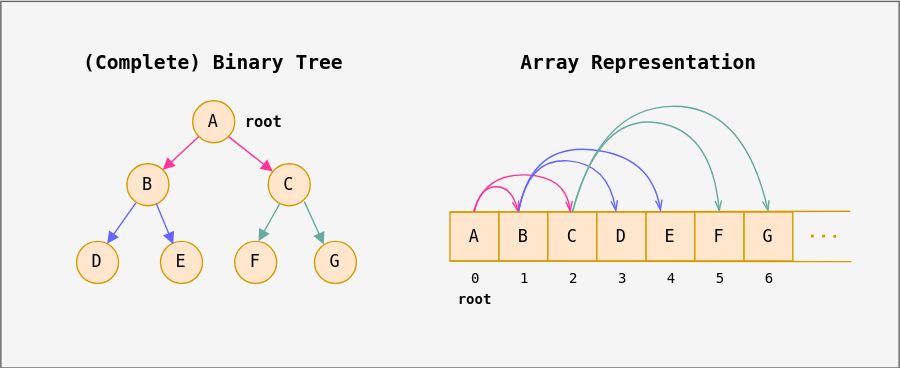
Before: public/diagrams/binary-tree-array-representation.svg, a diagram exported from draw.io (datkumar/code-journal). Source tidied: cells renumbered, new cells last; positions are measured from the earlier drawing's top-left corner, leaving out a move shared by most shapes. Source of this version:
```xml
<mxGraphModel>
  <root>
    <mxCell id="0" />
    <mxCell id="1" parent="0" />
    <mxCell id="2" style="rounded=0;whiteSpace=wrap;html=1;fillColor=#f5f5f5;fontColor=light-dark(#000000,#000000);strokeColor=#666666;fontFamily=monospace;" parent="1" vertex="1">
      <mxGeometry y="0.5" width="642" height="262" as="geometry" />
    </mxCell>
    <mxCell id="3" value="A" style="ellipse;whiteSpace=wrap;html=1;fillColor=#ffe6cc;strokeColor=#d79b00;fontFamily=monospace;fontColor=light-dark(#000000,#000000);" parent="1" vertex="1">
      <mxGeometry x="137.1" y="71.5" width="30" height="30" as="geometry" />
    </mxCell>
    <mxCell id="4" value="B" style="ellipse;whiteSpace=wrap;html=1;fillColor=#ffe6cc;strokeColor=#d79b00;fontFamily=monospace;fontColor=light-dark(#000000,#000000);" parent="1" vertex="1">
      <mxGeometry x="90.1" y="116.5" width="30" height="30" as="geometry" />
    </mxCell>
    <mxCell id="5" value="D" style="ellipse;whiteSpace=wrap;html=1;fillColor=#ffe6cc;strokeColor=#d79b00;fontFamily=monospace;fontColor=light-dark(#000000,#000000);" parent="1" vertex="1">
      <mxGeometry x="54.1" y="172" width="30" height="30" as="geometry" />
    </mxCell>
    <mxCell id="6" style="endArrow=block;html=1;rounded=0;exitX=0;exitY=1;exitDx=0;exitDy=0;entryX=1;entryY=0;entryDx=0;entryDy=0;endFill=1;strokeColor=light-dark(#FF3399,#FF3399);startFill=0;fontFamily=monospace;fontColor=light-dark(#000000,#000000);" parent="1" edge="1" source="3" target="4">
      <mxGeometry relative="1" as="geometry" />
    </mxCell>
    <mxCell id="7" style="endArrow=block;html=1;rounded=0;exitX=0.212;exitY=0.931;exitDx=0;exitDy=0;entryX=0.728;entryY=0.056;entryDx=0;entryDy=0;entryPerimeter=0;endFill=1;strokeColor=light-dark(#6666FF,#6666FF);startFill=0;exitPerimeter=0;fontFamily=monospace;fontColor=light-dark(#000000,#000000);" parent="1" edge="1" source="4" target="5">
      <mxGeometry relative="1" as="geometry" />
    </mxCell>
    <mxCell id="8" value="root" style="text;html=1;align=center;verticalAlign=middle;whiteSpace=wrap;rounded=0;fontFamily=monospace;fontSize=11;fontStyle=1;fontColor=light-dark(#000000,#000000);" parent="1" vertex="1">
      <mxGeometry x="172.1" y="77" width="32" height="19" as="geometry" />
    </mxCell>
    <mxCell id="9" value="C" style="ellipse;whiteSpace=wrap;html=1;fillColor=#ffe6cc;strokeColor=#d79b00;fontFamily=monospace;fontColor=light-dark(#000000,#000000);" parent="1" vertex="1">
      <mxGeometry x="191.1" y="116.5" width="30" height="30" as="geometry" />
    </mxCell>
    <mxCell id="10" style="endArrow=block;html=1;rounded=0;exitX=1;exitY=1;exitDx=0;exitDy=0;endFill=1;strokeColor=light-dark(#FF3399,#FF3399);startFill=0;fontFamily=monospace;fontColor=light-dark(#000000,#000000);" parent="1" edge="1" source="3" target="9">
      <mxGeometry relative="1" as="geometry" />
    </mxCell>
    <mxCell id="11" value="E" style="ellipse;whiteSpace=wrap;html=1;fillColor=#ffe6cc;strokeColor=#d79b00;fontFamily=monospace;fontColor=light-dark(#000000,#000000);" parent="1" vertex="1">
      <mxGeometry x="114.1" y="172" width="30" height="30" as="geometry" />
    </mxCell>
    <mxCell id="12" style="endArrow=block;html=1;rounded=0;exitX=0.698;exitY=0.95;exitDx=0;exitDy=0;endFill=1;strokeColor=light-dark(#6666FF,#6666FF);startFill=0;fontFamily=monospace;fontColor=light-dark(#000000,#000000);entryX=0.302;entryY=0.067;entryDx=0;entryDy=0;entryPerimeter=0;exitPerimeter=0;" parent="1" edge="1" source="4" target="11">
      <mxGeometry relative="1" as="geometry" />
    </mxCell>
    <mxCell id="13" value="F" style="ellipse;whiteSpace=wrap;html=1;fillColor=#ffe6cc;strokeColor=#d79b00;fontFamily=monospace;fontColor=light-dark(#000000,#000000);" parent="1" vertex="1">
      <mxGeometry x="167.1" y="172" width="30" height="30" as="geometry" />
    </mxCell>
    <mxCell id="14" value="G" style="ellipse;whiteSpace=wrap;html=1;fillColor=#ffe6cc;strokeColor=#d79b00;fontFamily=monospace;fontColor=light-dark(#000000,#000000);" parent="1" vertex="1">
      <mxGeometry x="224.1" y="172" width="30" height="30" as="geometry" />
    </mxCell>
    <mxCell id="15" style="endArrow=block;html=1;rounded=0;exitX=0.274;exitY=0.952;exitDx=0;exitDy=0;entryX=0.567;entryY=0;entryDx=0;entryDy=0;entryPerimeter=0;endFill=1;strokeColor=light-dark(#67AB9F,#67AB9F);startFill=0;exitPerimeter=0;fontFamily=monospace;fontColor=light-dark(#000000,#000000);" parent="1" edge="1" source="9" target="13">
      <mxGeometry relative="1" as="geometry" />
    </mxCell>
    <mxCell id="16" style="endArrow=block;html=1;rounded=0;exitX=0.858;exitY=0.904;exitDx=0;exitDy=0;endFill=1;strokeColor=light-dark(#67AB9F,#67AB9F);startFill=0;fontFamily=monospace;fontColor=light-dark(#000000,#000000);entryX=0.225;entryY=0.072;entryDx=0;entryDy=0;entryPerimeter=0;exitPerimeter=0;" parent="1" edge="1" source="9" target="14">
      <mxGeometry relative="1" as="geometry" />
    </mxCell>
    <mxCell id="17" value="(Complete) Binary Tree" style="text;html=1;align=center;verticalAlign=middle;whiteSpace=wrap;rounded=0;fontFamily=monospace;fontSize=14;fontStyle=1;fontColor=light-dark(#000000,#000000);" parent="1" vertex="1">
      <mxGeometry x="42" y="29" width="220.2" height="30" as="geometry" />
    </mxCell>
    <mxCell id="18" value="A" style="whiteSpace=wrap;html=1;fontFamily=monospace;fillColor=#ffe6cc;strokeColor=#d79b00;fontColor=light-dark(#000000,#000000);" parent="1" vertex="1">
      <mxGeometry x="321" y="151" width="35" height="35" as="geometry" />
    </mxCell>
    <mxCell id="19" value="B" style="whiteSpace=wrap;html=1;fontFamily=monospace;fillColor=#ffe6cc;strokeColor=#d79b00;fontColor=light-dark(#000000,#000000);" parent="1" vertex="1">
      <mxGeometry x="356" y="151" width="35" height="35" as="geometry" />
    </mxCell>
    <mxCell id="20" value="G" style="whiteSpace=wrap;html=1;fontFamily=monospace;fillColor=#ffe6cc;strokeColor=#d79b00;fontColor=light-dark(#000000,#000000);" parent="1" vertex="1">
      <mxGeometry x="531" y="151" width="35" height="35" as="geometry" />
    </mxCell>
    <mxCell id="21" value="E" style="whiteSpace=wrap;html=1;fontFamily=monospace;fillColor=#ffe6cc;strokeColor=#d79b00;fontColor=light-dark(#000000,#000000);" parent="1" vertex="1">
      <mxGeometry x="461" y="151" width="35" height="35" as="geometry" />
    </mxCell>
    <mxCell id="22" value="C" style="whiteSpace=wrap;html=1;fontFamily=monospace;fillColor=#ffe6cc;strokeColor=#d79b00;fontColor=light-dark(#000000,#000000);" parent="1" vertex="1">
      <mxGeometry x="391" y="151" width="35" height="35" as="geometry" />
    </mxCell>
    <mxCell id="23" value="D" style="whiteSpace=wrap;html=1;fontFamily=monospace;fillColor=#ffe6cc;strokeColor=#d79b00;fontColor=light-dark(#000000,#000000);" parent="1" vertex="1">
      <mxGeometry x="426" y="151" width="35" height="35" as="geometry" />
    </mxCell>
    <mxCell id="24" value="F" style="whiteSpace=wrap;html=1;fontFamily=monospace;fillColor=#ffe6cc;strokeColor=#d79b00;fontColor=light-dark(#000000,#000000);" parent="1" vertex="1">
      <mxGeometry x="496" y="151" width="35" height="35" as="geometry" />
    </mxCell>
    <mxCell id="25" style="endArrow=none;html=1;rounded=0;exitX=0;exitY=0;exitDx=0;exitDy=0;fontFamily=monospace;fillColor=#ffe6cc;strokeColor=#d79b00;fontColor=light-dark(#000000,#000000);" parent="1" edge="1" source="18">
      <mxGeometry relative="1" as="geometry">
        <mxPoint x="607" y="150.5" as="targetPoint" />
      </mxGeometry>
    </mxCell>
    <mxCell id="26" style="endArrow=none;html=1;rounded=0;exitX=0;exitY=1;exitDx=0;exitDy=0;fontFamily=monospace;fillColor=#ffe6cc;strokeColor=#d79b00;fontColor=light-dark(#000000,#000000);" parent="1" edge="1" source="18">
      <mxGeometry relative="1" as="geometry">
        <mxPoint x="608" y="186.5" as="targetPoint" />
      </mxGeometry>
    </mxCell>
    <mxCell id="27" style="endArrow=none;dashed=1;html=1;dashPattern=1 3;strokeWidth=2;rounded=0;fontFamily=monospace;fillColor=#ffe6cc;strokeColor=#d79b00;fontColor=light-dark(#000000,#000000);" parent="1" edge="1">
      <mxGeometry relative="1" as="geometry">
        <mxPoint x="579" y="168.2" as="sourcePoint" />
        <mxPoint x="602" y="168.5" as="targetPoint" />
      </mxGeometry>
    </mxCell>
    <mxCell id="28" value="Array Representation" style="text;html=1;align=center;verticalAlign=middle;whiteSpace=wrap;rounded=0;fontFamily=monospace;fontSize=14;fontStyle=1;fontColor=light-dark(#000000,#000000);" parent="1" vertex="1">
      <mxGeometry x="345.8" y="29" width="220.2" height="30" as="geometry" />
    </mxCell>
    <mxCell id="29" value="root" style="text;html=1;align=center;verticalAlign=middle;whiteSpace=wrap;rounded=0;fontFamily=monospace;fontSize=10;fontStyle=1;fontColor=light-dark(#000000,#000000);" parent="1" vertex="1">
      <mxGeometry x="322.5" y="203.5" width="32" height="19" as="geometry" />
    </mxCell>
    <mxCell id="30" value="0" style="text;html=1;align=center;verticalAlign=middle;strokeColor=none;fillColor=none;fontFamily=monospace;fontSize=10;fontColor=light-dark(#000000,#000000);" parent="1" vertex="1">
      <mxGeometry x="326.5" y="186" width="24" height="24" as="geometry" />
    </mxCell>
    <mxCell id="31" value="4" style="text;html=1;align=center;verticalAlign=middle;strokeColor=none;fillColor=none;fontFamily=monospace;fontSize=10;fontColor=light-dark(#000000,#000000);" parent="1" vertex="1">
      <mxGeometry x="466.5" y="186" width="24" height="24" as="geometry" />
    </mxCell>
    <mxCell id="32" value="1" style="text;html=1;align=center;verticalAlign=middle;strokeColor=none;fillColor=none;fontFamily=monospace;fontSize=10;fontColor=light-dark(#000000,#000000);" parent="1" vertex="1">
      <mxGeometry x="361.5" y="186" width="24" height="24" as="geometry" />
    </mxCell>
    <mxCell id="33" value="3" style="text;html=1;align=center;verticalAlign=middle;strokeColor=none;fillColor=none;fontFamily=monospace;fontSize=10;fontColor=light-dark(#000000,#000000);" parent="1" vertex="1">
      <mxGeometry x="431.5" y="186" width="24" height="24" as="geometry" />
    </mxCell>
    <mxCell id="34" value="2" style="text;html=1;align=center;verticalAlign=middle;strokeColor=none;fillColor=none;fontFamily=monospace;fontSize=10;fontColor=light-dark(#000000,#000000);" parent="1" vertex="1">
      <mxGeometry x="396.5" y="186" width="24" height="24" as="geometry" />
    </mxCell>
    <mxCell id="35" value="5" style="text;html=1;align=center;verticalAlign=middle;strokeColor=none;fillColor=none;fontFamily=monospace;fontSize=10;fontColor=light-dark(#000000,#000000);" parent="1" vertex="1">
      <mxGeometry x="501.5" y="186" width="24" height="24" as="geometry" />
    </mxCell>
    <mxCell id="36" value="6" style="text;html=1;align=center;verticalAlign=middle;strokeColor=none;fillColor=none;fontFamily=monospace;fontSize=10;fontColor=light-dark(#000000,#000000);" parent="1" vertex="1">
      <mxGeometry x="536.5" y="186" width="24" height="24" as="geometry" />
    </mxCell>
    <mxCell id="37" style="curved=1;endArrow=openThin;html=1;rounded=0;exitX=0.5;exitY=0;exitDx=0;exitDy=0;fontColor=light-dark(#000000,#000000);strokeColor=light-dark(#FF3399,#FF3399);entryX=0.396;entryY=0.009;entryDx=0;entryDy=0;endFill=0;entryPerimeter=0;strokeWidth=1;" parent="1" edge="1" source="18" target="19">
      <mxGeometry relative="1" as="geometry">
        <Array as="points">
          <mxPoint x="342" y="133.5" />
          <mxPoint x="365" y="132.5" />
        </Array>
      </mxGeometry>
    </mxCell>
    <mxCell id="38" style="curved=1;endArrow=openThin;html=1;rounded=0;fontColor=light-dark(#000000,#000000);strokeColor=light-dark(#FF3399,#FF3399);endFill=0;strokeWidth=1;" parent="1" edge="1">
      <mxGeometry relative="1" as="geometry">
        <mxPoint x="338" y="150.5" as="sourcePoint" />
        <mxPoint x="407" y="151.5" as="targetPoint" />
        <Array as="points">
          <mxPoint x="346" y="123.5" />
          <mxPoint x="404" y="125.5" />
        </Array>
      </mxGeometry>
    </mxCell>
    <mxCell id="39" style="curved=1;endArrow=openThin;html=1;rounded=0;fontColor=light-dark(#000000,#000000);strokeColor=light-dark(#6666FF,#6666FF);entryX=0.392;entryY=-0.002;entryDx=0;entryDy=0;endFill=0;entryPerimeter=0;strokeWidth=1;" parent="1" edge="1" target="23">
      <mxGeometry relative="1" as="geometry">
        <mxPoint x="370" y="150.5" as="sourcePoint" />
        <Array as="points">
          <mxPoint x="377" y="112.5" />
          <mxPoint x="434" y="116.5" />
        </Array>
      </mxGeometry>
    </mxCell>
    <mxCell id="40" style="curved=1;endArrow=openThin;html=1;rounded=0;fontColor=light-dark(#000000,#000000);strokeColor=light-dark(#6666FF,#6666FF);entryX=0.301;entryY=-0.011;entryDx=0;entryDy=0;endFill=0;entryPerimeter=0;strokeWidth=1;exitX=0.406;exitY=-0.024;exitDx=0;exitDy=0;exitPerimeter=0;" parent="1" edge="1" source="19" target="21">
      <mxGeometry relative="1" as="geometry">
        <Array as="points">
          <mxPoint x="379" y="102.5" />
          <mxPoint x="465" y="110.5" />
        </Array>
      </mxGeometry>
    </mxCell>
    <mxCell id="41" style="curved=1;endArrow=openThin;html=1;rounded=0;fontColor=light-dark(#000000,#000000);strokeColor=light-dark(#67AB9F,#67AB9F);endFill=0;strokeWidth=1;exitX=0.5;exitY=0;exitDx=0;exitDy=0;entryX=0.5;entryY=0;entryDx=0;entryDy=0;" parent="1" edge="1" source="22" target="24">
      <mxGeometry relative="1" as="geometry">
        <Array as="points">
          <mxPoint x="427" y="82.5" />
          <mxPoint x="508" y="91.5" />
        </Array>
      </mxGeometry>
    </mxCell>
    <mxCell id="42" style="curved=1;endArrow=openThin;html=1;rounded=0;fontColor=light-dark(#000000,#000000);strokeColor=light-dark(#67AB9F,#67AB9F);endFill=0;strokeWidth=1;exitX=0.5;exitY=0;exitDx=0;exitDy=0;entryX=0.5;entryY=0;entryDx=0;entryDy=0;" parent="1" edge="1" source="22" target="20">
      <mxGeometry relative="1" as="geometry">
        <Array as="points">
          <mxPoint x="428" y="76.5" />
          <mxPoint x="531" y="74.5" />
        </Array>
      </mxGeometry>
    </mxCell>
  </root>
</mxGraphModel>
```
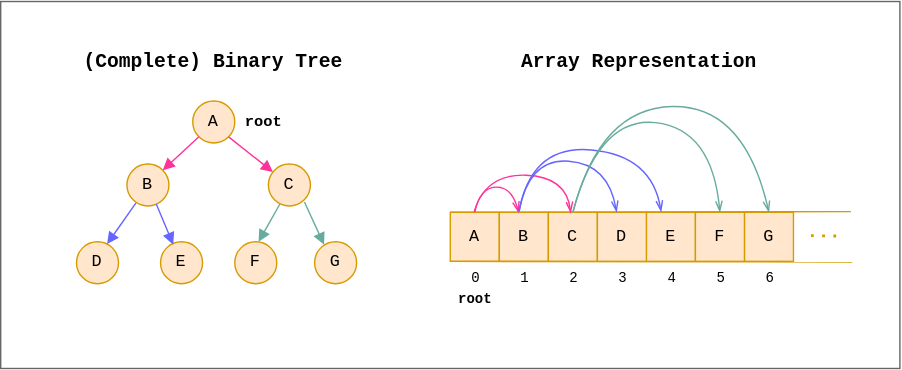
After the commit.

What changed in the source:
```diff
@@ -2,7 +2,7 @@
   <root>
     <mxCell id="0" />
     <mxCell id="1" parent="0" />
-    <mxCell id="2" style="rounded=0;whiteSpace=wrap;html=1;fillColor=#f5f5f5;fontColor=light-dark(#000000,#000000);strokeColor=#666666;fontFamily=monospace;" parent="1" vertex="1">
+    <mxCell id="2" style="rounded=0;whiteSpace=wrap;html=1;fillColor=light-dark(#FFFFFF,#FFFFFF);fontColor=light-dark(#000000,#000000);strokeColor=#666666;fontFamily=monospace;" parent="1" vertex="1">
       <mxGeometry y="0.5" width="642" height="262" as="geometry" />
     </mxCell>
     <mxCell id="3" value="A" style="ellipse;whiteSpace=wrap;html=1;fillColor=#ffe6cc;strokeColor=#d79b00;fontFamily=monospace;fontColor=light-dark(#000000,#000000);" parent="1" vertex="1">
@@ -114,7 +114,7 @@
     <mxCell id="36" value="6" style="text;html=1;align=center;verticalAlign=middle;strokeColor=none;fillColor=none;fontFamily=monospace;fontSize=10;fontColor=light-dark(#000000,#000000);" parent="1" vertex="1">
       <mxGeometry x="536.5" y="186" width="24" height="24" as="geometry" />
     </mxCell>
-    <mxCell id="37" style="curved=1;endArrow=openThin;html=1;rounded=0;exitX=0.5;exitY=0;exitDx=0;exitDy=0;fontColor=light-dark(#000000,#000000);strokeColor=light-dark(#FF3399,#FF3399);entryX=0.396;entryY=0.009;entryDx=0;entryDy=0;endFill=0;entryPerimeter=0;strokeWidth=1;" parent="1" edge="1" source="18" target="19">
+    <mxCell id="37" style="curved=1;endArrow=openThin;html=1;rounded=0;exitX=0.5;exitY=0;exitDx=0;exitDy=0;fontColor=light-dark(#000000,#000000);strokeColor=light-dark(#FF3399,#FF3399);entryX=0.396;entryY=0.009;entryDx=0;entryDy=0;endFill=0;entryPerimeter=0;strokeWidth=1;fontFamily=monospace;" parent="1" edge="1" source="18" target="19">
       <mxGeometry relative="1" as="geometry">
         <Array as="points">
           <mxPoint x="342" y="133.5" />
@@ -122,7 +122,7 @@
         </Array>
       </mxGeometry>
     </mxCell>
-    <mxCell id="38" style="curved=1;endArrow=openThin;html=1;rounded=0;fontColor=light-dark(#000000,#000000);strokeColor=light-dark(#FF3399,#FF3399);endFill=0;strokeWidth=1;" parent="1" edge="1">
+    <mxCell id="38" style="curved=1;endArrow=openThin;html=1;rounded=0;fontColor=light-dark(#000000,#000000);strokeColor=light-dark(#FF3399,#FF3399);endFill=0;strokeWidth=1;fontFamily=monospace;" parent="1" edge="1">
       <mxGeometry relative="1" as="geometry">
         <mxPoint x="338" y="150.5" as="sourcePoint" />
         <mxPoint x="407" y="151.5" as="targetPoint" />
@@ -132,7 +132,7 @@
         </Array>
       </mxGeometry>
     </mxCell>
-    <mxCell id="39" style="curved=1;endArrow=openThin;html=1;rounded=0;fontColor=light-dark(#000000,#000000);strokeColor=light-dark(#6666FF,#6666FF);entryX=0.392;entryY=-0.002;entryDx=0;entryDy=0;endFill=0;entryPerimeter=0;strokeWidth=1;" parent="1" edge="1" target="23">
+    <mxCell id="39" style="curved=1;endArrow=openThin;html=1;rounded=0;fontColor=light-dark(#000000,#000000);strokeColor=light-dark(#6666FF,#6666FF);entryX=0.392;entryY=-0.002;entryDx=0;entryDy=0;endFill=0;entryPerimeter=0;strokeWidth=1;fontFamily=monospace;" parent="1" edge="1" target="23">
       <mxGeometry relative="1" as="geometry">
         <mxPoint x="370" y="150.5" as="sourcePoint" />
         <Array as="points">
@@ -141,7 +141,7 @@
         </Array>
       </mxGeometry>
     </mxCell>
-    <mxCell id="40" style="curved=1;endArrow=openThin;html=1;rounded=0;fontColor=light-dark(#000000,#000000);strokeColor=light-dark(#6666FF,#6666FF);entryX=0.301;entryY=-0.011;entryDx=0;entryDy=0;endFill=0;entryPerimeter=0;strokeWidth=1;exitX=0.406;exitY=-0.024;exitDx=0;exitDy=0;exitPerimeter=0;" parent="1" edge="1" source="19" target="21">
+    <mxCell id="40" style="curved=1;endArrow=openThin;html=1;rounded=0;fontColor=light-dark(#000000,#000000);strokeColor=light-dark(#6666FF,#6666FF);entryX=0.301;entryY=-0.011;entryDx=0;entryDy=0;endFill=0;entryPerimeter=0;strokeWidth=1;exitX=0.406;exitY=-0.024;exitDx=0;exitDy=0;exitPerimeter=0;fontFamily=monospace;" parent="1" edge="1" source="19" target="21">
       <mxGeometry relative="1" as="geometry">
         <Array as="points">
           <mxPoint x="379" y="102.5" />
@@ -149,7 +149,7 @@
         </Array>
       </mxGeometry>
     </mxCell>
-    <mxCell id="41" style="curved=1;endArrow=openThin;html=1;rounded=0;fontColor=light-dark(#000000,#000000);strokeColor=light-dark(#67AB9F,#67AB9F);endFill=0;strokeWidth=1;exitX=0.5;exitY=0;exitDx=0;exitDy=0;entryX=0.5;entryY=0;entryDx=0;entryDy=0;" parent="1" edge="1" source="22" target="24">
+    <mxCell id="41" style="curved=1;endArrow=openThin;html=1;rounded=0;fontColor=light-dark(#000000,#000000);strokeColor=light-dark(#67AB9F,#67AB9F);endFill=0;strokeWidth=1;exitX=0.5;exitY=0;exitDx=0;exitDy=0;entryX=0.5;entryY=0;entryDx=0;entryDy=0;fontFamily=monospace;" parent="1" edge="1" source="22" target="24">
       <mxGeometry relative="1" as="geometry">
         <Array as="points">
           <mxPoint x="427" y="82.5" />
@@ -157,7 +157,7 @@
         </Array>
       </mxGeometry>
     </mxCell>
-    <mxCell id="42" style="curved=1;endArrow=openThin;html=1;rounded=0;fontColor=light-dark(#000000,#000000);strokeColor=light-dark(#67AB9F,#67AB9F);endFill=0;strokeWidth=1;exitX=0.5;exitY=0;exitDx=0;exitDy=0;entryX=0.5;entryY=0;entryDx=0;entryDy=0;" parent="1" edge="1" source="22" target="20">
+    <mxCell id="42" style="curved=1;endArrow=openThin;html=1;rounded=0;fontColor=light-dark(#000000,#000000);strokeColor=light-dark(#67AB9F,#67AB9F);endFill=0;strokeWidth=1;exitX=0.5;exitY=0;exitDx=0;exitDy=0;entryX=0.5;entryY=0;entryDx=0;entryDy=0;fontFamily=monospace;" parent="1" edge="1" source="22" target="20">
       <mxGeometry relative="1" as="geometry">
         <Array as="points">
           <mxPoint x="428" y="76.5" />
```
